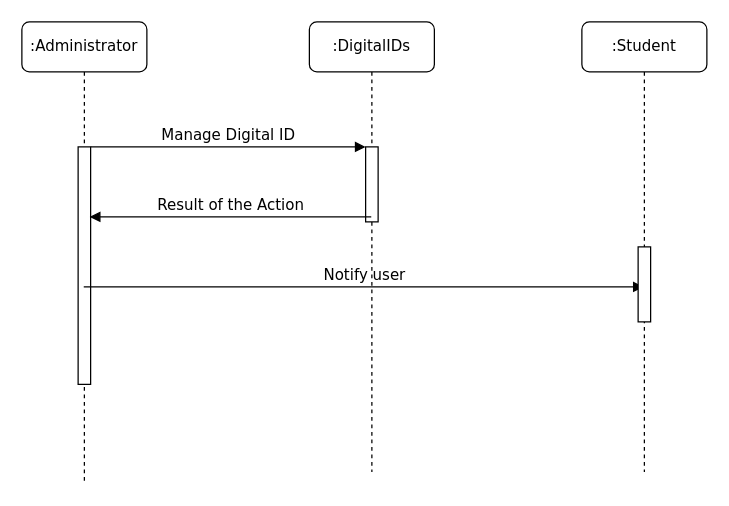
Above: SSD Security Audit.drawio in lahirub99/Computer-Security-CA (draw.io), before the change. Source tidied: cells renumbered, new cells numbered last; positions are measured from the earlier drawing's top-left corner, leaving out a move shared by most shapes. Both pictures are drawn from the tidied source at 125%, with x=0, y=0 at pixel (21, 21).
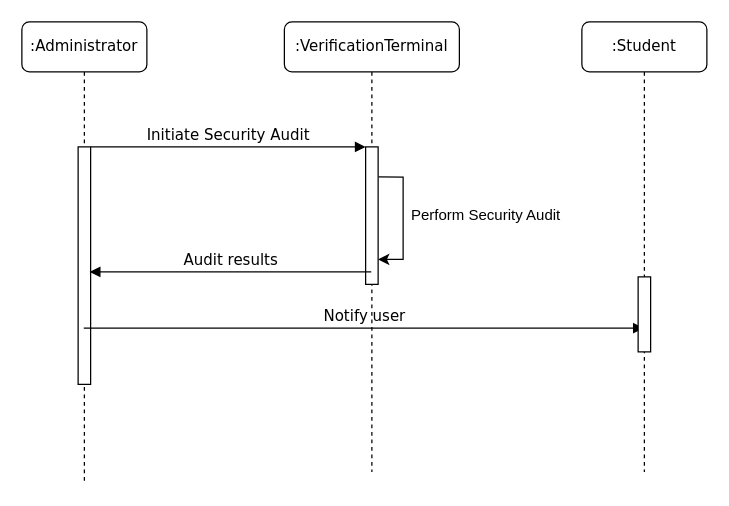
The same page after the edit.

The edit, as a diff of the source:
```diff
@@
 <mxGraphModel>
   <root>
     <mxCell id="0" />
     <mxCell id="1" parent="0" />
-    <mxCell id="2" value=":DigitalIDs" style="shape=umlLifeline;perimeter=lifelinePerimeter;whiteSpace=wrap;html=1;rounded=1;shadow=0;comic=0;labelBackgroundColor=none;strokeWidth=1;fontFamily=Verdana;fontSize=12;align=center;" parent="1" vertex="1">
-      <mxGeometry x="230" width="100" height="360" as="geometry" />
+    <mxCell id="2" value=":VerificationTerminal" style="shape=umlLifeline;perimeter=lifelinePerimeter;whiteSpace=wrap;html=1;rounded=1;shadow=0;comic=0;labelBackgroundColor=none;strokeWidth=1;fontFamily=Verdana;fontSize=12;align=center;" parent="1" vertex="1">
+      <mxGeometry x="210" width="140" height="360" as="geometry" />
     </mxCell>
     <mxCell id="3" style="html=1;points=[];perimeter=orthogonalPerimeter;rounded=0;shadow=0;comic=0;labelBackgroundColor=none;strokeWidth=1;fontFamily=Verdana;fontSize=12;align=center;" parent="2" vertex="1">
-      <mxGeometry x="45" y="100" width="10" height="60" as="geometry" />
+      <mxGeometry x="65" y="100" width="10" height="110" as="geometry" />
     </mxCell>
+    <mxCell id="11" style="edgeStyle=orthogonalEdgeStyle;rounded=0;orthogonalLoop=1;jettySize=auto;html=1;exitX=1.039;exitY=0.219;exitDx=0;exitDy=0;exitPerimeter=0;" parent="2" edge="1" source="3" target="3">
+      <mxGeometry relative="1" as="geometry">
+        <Array as="points">
+          <mxPoint x="95" y="124" />
+          <mxPoint x="95" y="190" />
+        </Array>
+      </mxGeometry>
+    </mxCell>
+    <mxCell id="12" value="&lt;font style=&quot;font-size: 12px;&quot;&gt;Perform Security Audit&lt;/font&gt;" style="edgeLabel;html=1;align=center;verticalAlign=middle;" parent="11" vertex="1">
+      <mxGeometry x="-0.14" relative="1" as="geometry">
+        <mxPoint x="65" y="5" as="offset" />
+      </mxGeometry>
+    </mxCell>
     <mxCell id="4" value=":Administrator" style="shape=umlLifeline;perimeter=lifelinePerimeter;whiteSpace=wrap;html=1;rounded=1;shadow=0;comic=0;labelBackgroundColor=none;strokeWidth=1;fontFamily=Verdana;fontSize=12;align=center;" parent="1" vertex="1">
       <mxGeometry width="100" height="370" as="geometry" />
     </mxCell>
     <mxCell id="5" style="html=1;points=[];perimeter=orthogonalPerimeter;rounded=0;shadow=0;comic=0;labelBackgroundColor=none;strokeWidth=1;fontFamily=Verdana;fontSize=12;align=center;" parent="4" vertex="1">
       <mxGeometry x="45" y="100" width="10" height="190" as="geometry" />
     </mxCell>
-    <mxCell id="6" value="Manage Digital ID" style="html=1;verticalAlign=bottom;endArrow=block;entryX=0;entryY=0;labelBackgroundColor=none;fontFamily=Verdana;fontSize=12;edgeStyle=elbowEdgeStyle;elbow=vertical;" parent="1" edge="1" source="5" target="3">
+    <mxCell id="6" value="Initiate Security Audit" style="html=1;verticalAlign=bottom;endArrow=block;entryX=0;entryY=0;labelBackgroundColor=none;fontFamily=Verdana;fontSize=12;edgeStyle=elbowEdgeStyle;elbow=vertical;" parent="1" edge="1" source="5" target="3">
       <mxGeometry relative="1" as="geometry" />
     </mxCell>
-    <mxCell id="7" value="Notify user" style="html=1;verticalAlign=bottom;endArrow=block;labelBackgroundColor=none;fontFamily=Verdana;fontSize=12;edgeStyle=elbowEdgeStyle;elbow=vertical;" parent="1" edge="1" target="9">
+    <mxCell id="7" value="Notify user" style="html=1;verticalAlign=bottom;endArrow=block;labelBackgroundColor=none;fontFamily=Verdana;fontSize=12;edgeStyle=elbowEdgeStyle;elbow=vertical;" parent="1" edge="1">
       <mxGeometry relative="1" as="geometry">
-        <mxPoint x="49.5" y="212" as="sourcePoint" />
+        <mxPoint x="49.5" y="245" as="sourcePoint" />
+        <mxPoint x="497.5" y="245" as="targetPoint" />
       </mxGeometry>
     </mxCell>
-    <mxCell id="8" value="Result of the Action" style="html=1;verticalAlign=bottom;endArrow=block;labelBackgroundColor=none;fontFamily=Verdana;fontSize=12;edgeStyle=elbowEdgeStyle;elbow=vertical;entryX=0.931;entryY=0.176;entryDx=0;entryDy=0;entryPerimeter=0;" parent="1" edge="1">
+    <mxCell id="8" value="Audit results" style="html=1;verticalAlign=bottom;endArrow=block;labelBackgroundColor=none;fontFamily=Verdana;fontSize=12;edgeStyle=elbowEdgeStyle;elbow=vertical;entryX=0.931;entryY=0.176;entryDx=0;entryDy=0;entryPerimeter=0;" parent="1" edge="1">
       <mxGeometry relative="1" as="geometry">
-        <mxPoint x="279.5" y="156" as="sourcePoint" />
-        <mxPoint x="54.3" y="156.5" as="targetPoint" />
+        <mxPoint x="279.5" y="200" as="sourcePoint" />
+        <mxPoint x="54.3" y="200.5" as="targetPoint" />
         <Array as="points">
-          <mxPoint x="210" y="156" />
+          <mxPoint x="210" y="200" />
         </Array>
       </mxGeometry>
     </mxCell>
     <mxCell id="9" value=":Student" style="shape=umlLifeline;perimeter=lifelinePerimeter;whiteSpace=wrap;html=1;outlineConnect=0;rounded=1;shadow=0;comic=0;labelBackgroundColor=none;strokeWidth=1;fontFamily=Verdana;fontSize=12;align=center;" parent="1" vertex="1">
       <mxGeometry x="448" width="100" height="360" as="geometry" />
     </mxCell>
     <mxCell id="10" style="html=1;perimeter=orthogonalPerimeter;rounded=0;shadow=0;comic=0;labelBackgroundColor=none;strokeWidth=1;fontFamily=Verdana;fontSize=12;align=center;" parent="9" vertex="1">
-      <mxGeometry x="45" y="180" width="10" height="60" as="geometry" />
+      <mxGeometry x="45" y="204" width="10" height="60" as="geometry" />
     </mxCell>
   </root>
 </mxGraphModel>
```
